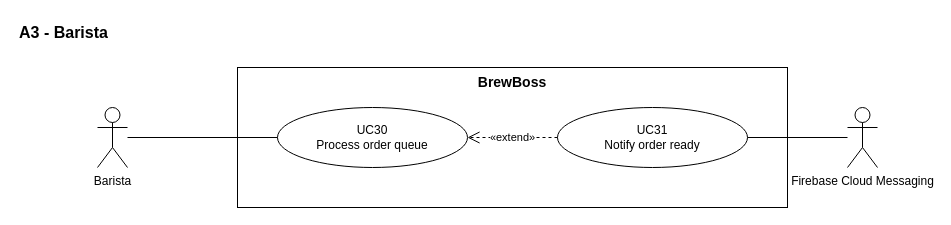
Before: page "A3 Barista" (3 of 5) of docs/diagrams/use-case-by-actor.drawio in huytran303/CafeManagementSystem, a draw.io diagram. Source tidied: cells renumbered, new cells numbered last; positions are measured from the earlier drawing's top-left corner, leaving out a move shared by most shapes. Both pictures are drawn from the tidied source at 100%, with x=0, y=0 at pixel (17, 17).
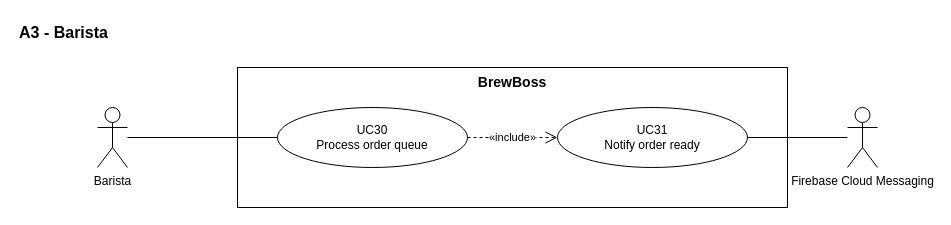
After the change.

What changed in the source:
```diff
@@
 <mxGraphModel>
   <root>
     <mxCell id="0" />
     <mxCell id="1" parent="0" />
     <mxCell id="2" value="A3 - Barista" style="text;html=1;align=left;verticalAlign=middle;fontStyle=1;fontSize=16;" parent="1" vertex="1">
       <mxGeometry width="700" height="30" as="geometry" />
     </mxCell>
     <mxCell id="3" value="BrewBoss" style="rounded=0;whiteSpace=wrap;html=1;fillColor=none;verticalAlign=top;fontStyle=1;fontSize=14;" parent="1" vertex="1">
       <mxGeometry x="220" y="50" width="550" height="140" as="geometry" />
     </mxCell>
     <mxCell id="4" value="UC30&lt;br&gt;Process order queue" style="ellipse;whiteSpace=wrap;html=1;fillColor=#ffffff;fontSize=12;" parent="1" vertex="1">
       <mxGeometry x="260" y="90" width="190" height="60" as="geometry" />
     </mxCell>
     <mxCell id="5" value="UC31&lt;br&gt;Notify order ready" style="ellipse;whiteSpace=wrap;html=1;fillColor=#ffffff;fontSize=12;" parent="1" vertex="1">
       <mxGeometry x="540" y="90" width="190" height="60" as="geometry" />
     </mxCell>
     <mxCell id="6" value="Barista" style="shape=umlActor;verticalLabelPosition=bottom;verticalAlign=top;html=1;outlineConnect=0;fillColor=#ffffff;" parent="1" vertex="1">
       <mxGeometry x="80" y="90" width="30" height="60" as="geometry" />
     </mxCell>
     <mxCell id="7" value="Firebase Cloud Messaging" style="shape=umlActor;verticalLabelPosition=bottom;verticalAlign=top;html=1;outlineConnect=0;fillColor=#ffffff;" parent="1" vertex="1">
       <mxGeometry x="830" y="90" width="30" height="60" as="geometry" />
     </mxCell>
     <mxCell id="8" style="endArrow=none;html=1;rounded=0;entryX=0;entryY=0.5;entryDx=0;entryDy=0;" parent="1" edge="1" source="6" target="4">
       <mxGeometry relative="1" as="geometry" />
     </mxCell>
     <mxCell id="9" style="endArrow=none;html=1;rounded=0;exitX=1;exitY=0.5;exitDx=0;exitDy=0;" parent="1" edge="1" source="5" target="7">
       <mxGeometry relative="1" as="geometry" />
     </mxCell>
-    <mxCell id="10" value="«extend»" style="dashed=1;endArrow=open;endFill=0;endSize=10;html=1;rounded=0;fontSize=11;labelBackgroundColor=#ffffff;exitX=0;exitY=0.5;exitDx=0;exitDy=0;" parent="1" edge="1" source="5" target="4">
+    <mxCell id="10" value="«include»" style="dashed=1;endArrow=open;endFill=0;endSize=10;html=1;rounded=0;fontSize=11;labelBackgroundColor=#ffffff;entryX=0;entryY=0.5;entryDx=0;entryDy=0;" parent="1" edge="1" source="4" target="5">
       <mxGeometry relative="1" as="geometry" />
     </mxCell>
   </root>
 </mxGraphModel>
```
